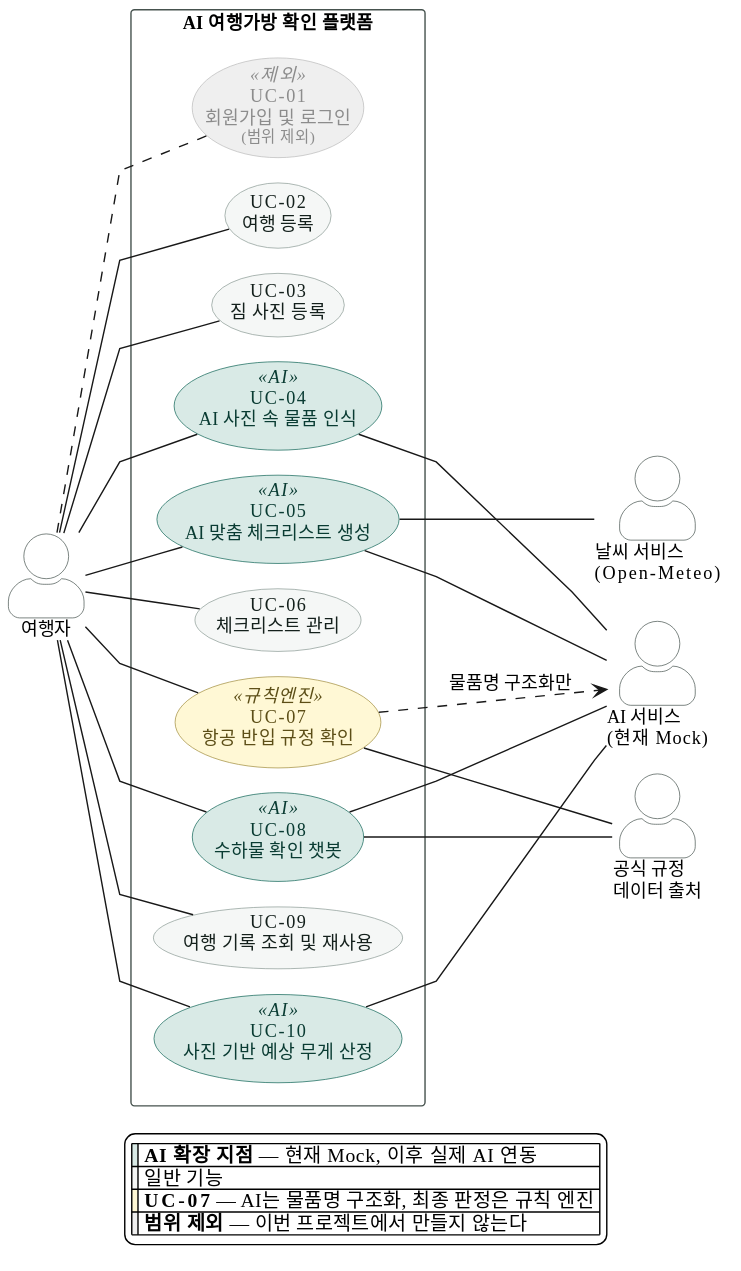
Before: docs/images/02-usecase.svg, a diagram exported from PlantUML (SangMyeong5426/skala-mini-ai-web-service).
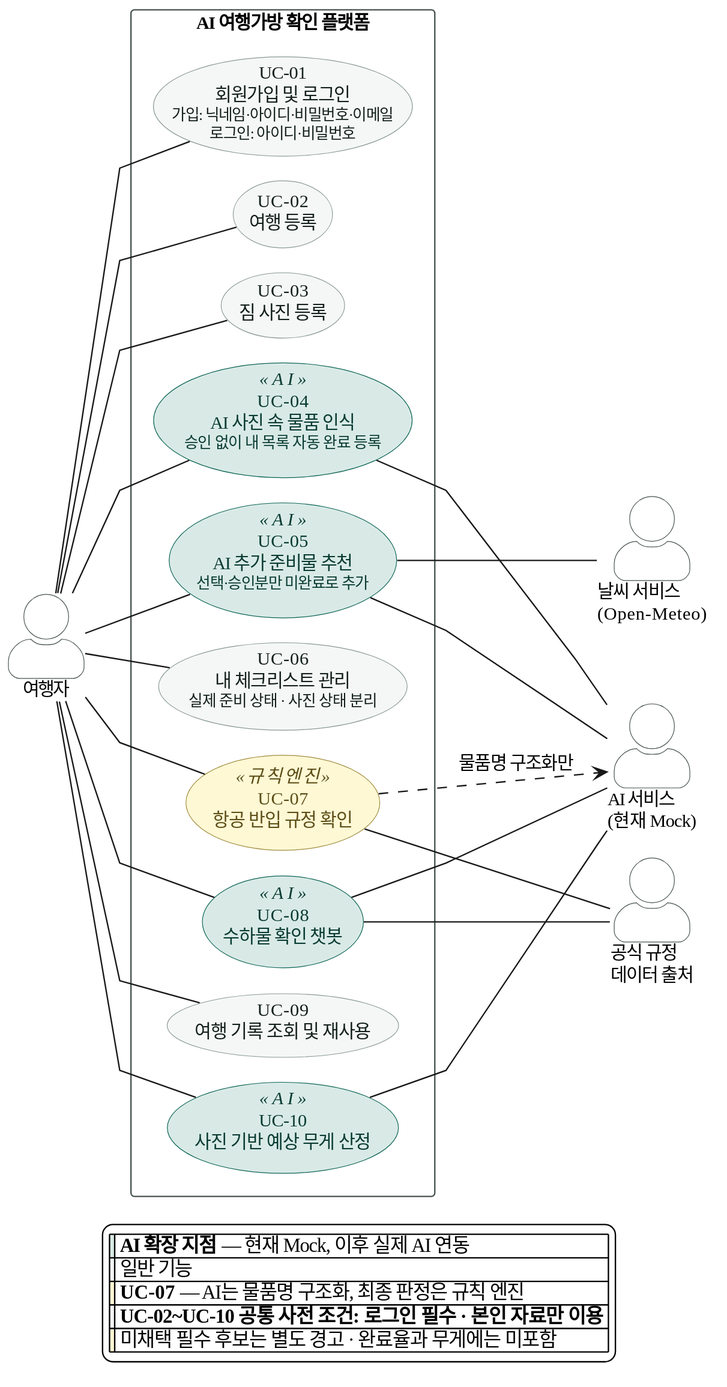
After the commit.

What changed in the source:
```diff
@@ -2,6 +2,7 @@
 
 left to right direction
 skinparam backgroundColor #FFFFFF
+skinparam dpi 160
 skinparam shadowing false
 skinparam linetype polyline
 skinparam nodesep 18
@@ -36,12 +37,12 @@
 actor "여행자" as TRAVELER
 
 rectangle "AI 여행가방 확인 플랫폼" {
-  usecase "UC-01\n회원가입 및 로그인\n<size:11>(범위 제외)</size>" as UC01 <<제외>>
+  usecase "UC-01\n회원가입 및 로그인\n<size:11>가입: 닉네임·아이디·비밀번호·이메일</size>\n<size:11>로그인: 아이디·비밀번호</size>" as UC01
   usecase "UC-02\n여행 등록" as UC02
   usecase "UC-03\n짐 사진 등록" as UC03
-  usecase "UC-04\nAI 사진 속 물품 인식" as UC04 <<AI>>
-  usecase "UC-05\nAI 맞춤 체크리스트 생성" as UC05 <<AI>>
-  usecase "UC-06\n체크리스트 관리" as UC06
+  usecase "UC-04\nAI 사진 속 물품 인식\n<size:11>승인 없이 내 목록 자동 완료 등록</size>" as UC04 <<AI>>
+  usecase "UC-05\nAI 추가 준비물 추천\n<size:11>선택·승인분만 미완료로 추가</size>" as UC05 <<AI>>
+  usecase "UC-06\n내 체크리스트 관리\n<size:11>실제 준비 상태 · 사진 상태 분리</size>" as UC06
   usecase "UC-07\n항공 반입 규정 확인" as UC07 <<규칙엔진>>
   usecase "UC-08\n수하물 확인 챗봇" as UC08 <<AI>>
   usecase "UC-09\n여행 기록 조회 및 재사용" as UC09
@@ -53,7 +54,7 @@
 actor "날씨 서비스\n(Open-Meteo)" as WEATHER
 actor "공식 규정\n데이터 출처" as RULES
 
-TRAVELER .. UC01
+TRAVELER -- UC01
 TRAVELER -- UC02
 TRAVELER -- UC03
 TRAVELER -- UC04
@@ -77,6 +78,7 @@
   |<#D9EAE6>| **AI 확장 지점** — 현재 Mock, 이후 실제 AI 연동 |
   |<#F5F7F6>| 일반 기능 |
   |<#FFF8D5>| **UC-07** — AI는 물품명 구조화, 최종 판정은 규칙 엔진 |
-  |<#EFEFEF>| **범위 제외** — 이번 프로젝트에서 만들지 않는다 |
+  |<#F5F7F6>| **UC-02~UC-10 공통 사전 조건: 로그인 필수 · 본인 자료만 이용** |
+  |<#FFF8D5>| 미채택 필수 후보는 별도 경고 · 완료율과 무게에는 미포함 |
 endlegend
 @enduml
```
